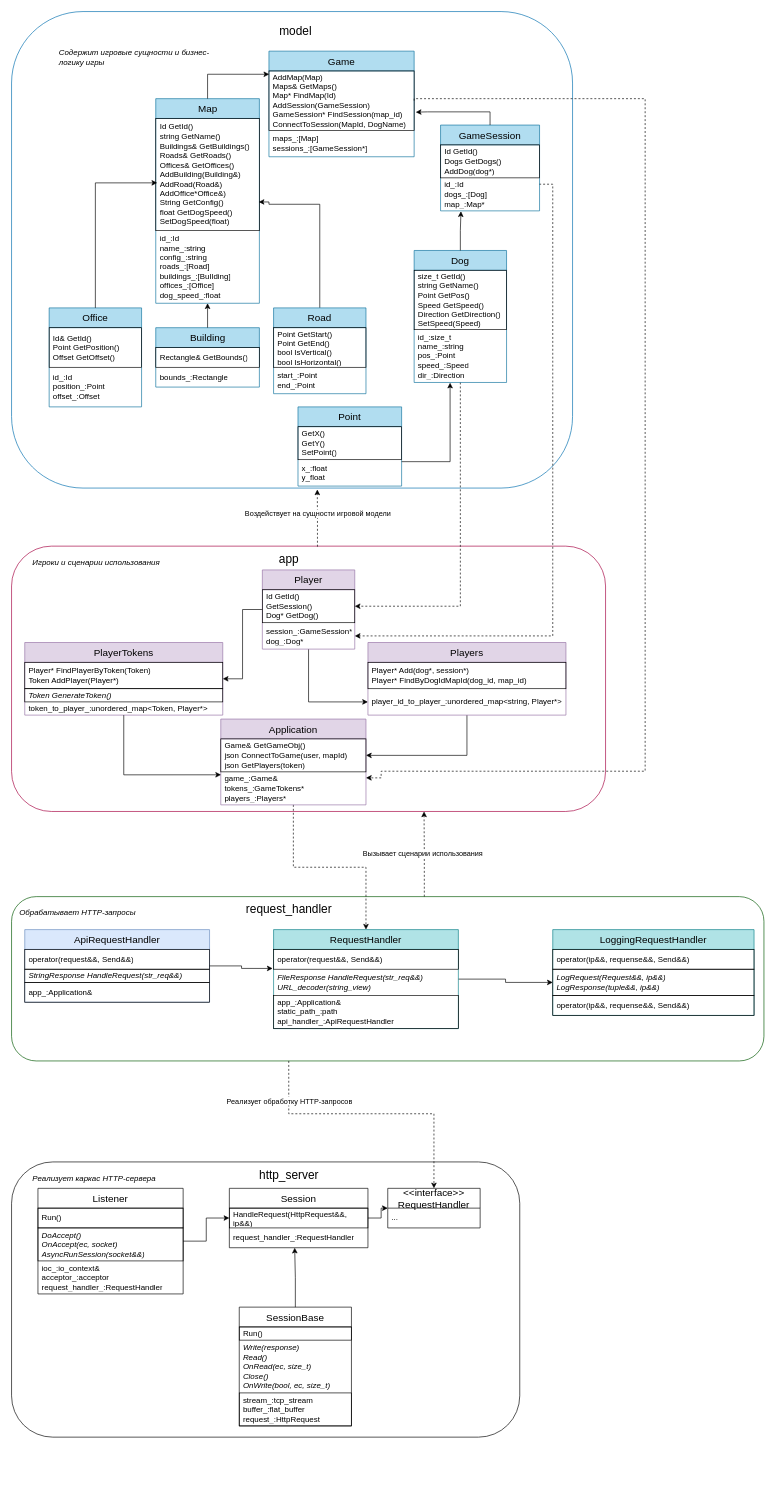
Earlier version of the draw.io diagram myGame.drawio (Lest152/useful_code). Source tidied: cells renumbered, new cells numbered last; positions are measured from the earlier drawing's top-left corner, leaving out a move shared by most shapes. Both pictures are drawn from the tidied source at 66%, with x=0, y=0 at pixel (11, 11).
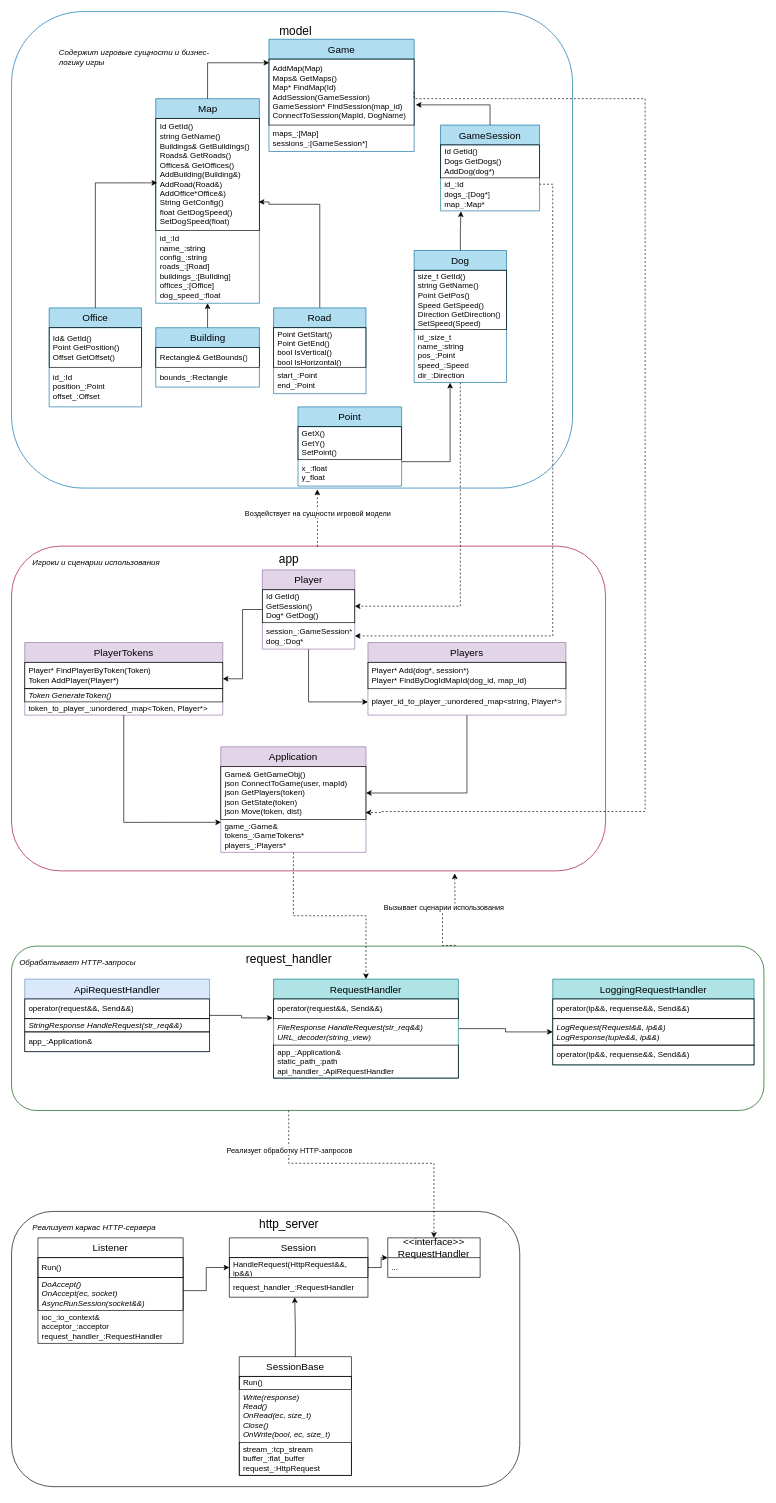
The same diagram, later.

Unchanged cells that the change refers to:
```xml
<mxCell id="11" value="&lt;font style=&quot;font-size: 15px;&quot;&gt;GameSession&lt;/font&gt;" style="swimlane;fontStyle=0;horizontal=1;startSize=30;whiteSpace=wrap;html=1;fillColor=#b1ddf0;strokeColor=#10739e;" parent="1" vertex="1">
  <mxGeometry x="650" y="172" width="150" height="130" as="geometry" />
</mxCell>
```

The edit, as a diff of the source:
```diff
@@
     <mxCell id="2" style="rounded=1;whiteSpace=wrap;html=1;fillColor=none;fontColor=#ffffff;strokeColor=#A50040;" parent="1" vertex="1">
-      <mxGeometry y="810" width="900" height="402" as="geometry" />
+      <mxGeometry y="810" width="900" height="492" as="geometry" />
     </mxCell>
@@
     <mxCell id="4" value="&lt;font style=&quot;font-size: 15px;&quot;&gt;Game&lt;/font&gt;" style="swimlane;fontStyle=0;horizontal=1;startSize=30;whiteSpace=wrap;html=1;fillColor=#b1ddf0;strokeColor=#10739e;" parent="1" vertex="1">
-      <mxGeometry x="390" y="60" width="220" height="160" as="geometry" />
+      <mxGeometry x="390" y="42" width="220" height="170" as="geometry" />
     </mxCell>
     <mxCell id="5" value="AddMap(Map)&lt;br&gt;Maps&amp;amp; GetMaps()&lt;br&gt;Map* FindMap(Id)&lt;br&gt;AddSession(GameSession)&lt;br&gt;GameSession* FindSession(map_id)&lt;br&gt;ConnectToSession(MapId, DogName)" style="text;strokeColor=default;fillColor=none;align=left;verticalAlign=middle;spacingLeft=4;spacingRight=4;overflow=hidden;points=[[0,0.5],[1,0.5]];portConstraint=eastwest;whiteSpace=wrap;html=1;shadow=0;" parent="4" vertex="1">
-      <mxGeometry y="30" width="220" height="90" as="geometry" />
+      <mxGeometry y="30" width="220" height="100" as="geometry" />
     </mxCell>
     <mxCell id="6" value="maps_:[Map]&lt;br&gt;&lt;span&gt;sessions_:[GameSession*]&lt;br&gt;&lt;/span&gt;" style="text;strokeColor=none;fillColor=none;align=left;verticalAlign=middle;spacingLeft=4;spacingRight=4;overflow=hidden;whiteSpace=wrap;html=1;fontStyle=0;" parent="4" vertex="1">
-      <mxGeometry y="120" width="220" height="40" as="geometry" />
+      <mxGeometry y="130" width="220" height="40" as="geometry" />
     </mxCell>
@@
-    <mxCell id="13" value="&lt;span&gt;id_:Id&lt;br&gt;dogs_:[Dog]&lt;br&gt;map_:Map*&lt;/span&gt;" style="text;strokeColor=none;fillColor=none;align=left;verticalAlign=middle;spacingLeft=4;spacingRight=4;overflow=hidden;points=[[0,0.5],[1,0.5]];portConstraint=eastwest;whiteSpace=wrap;html=1;fontStyle=0;" parent="11" vertex="1">
+    <mxCell id="13" value="&lt;span&gt;id_:Id&lt;br&gt;dogs_:[Dog*]&lt;br&gt;map_:Map*&lt;/span&gt;" style="text;strokeColor=none;fillColor=none;align=left;verticalAlign=middle;spacingLeft=4;spacingRight=4;overflow=hidden;points=[[0,0.5],[1,0.5]];portConstraint=eastwest;whiteSpace=wrap;html=1;fontStyle=0;" parent="11" vertex="1">
       <mxGeometry y="80" width="150" height="50" as="geometry" />
     </mxCell>
@@
     <mxCell id="29" style="rounded=1;whiteSpace=wrap;html=1;fillColor=none;fontColor=#ffffff;strokeColor=#005700;" parent="1" vertex="1">
-      <mxGeometry y="1341" width="1140" height="249" as="geometry" />
+      <mxGeometry y="1416" width="1140" height="249" as="geometry" />
     </mxCell>
     <mxCell id="30" style="edgeStyle=orthogonalEdgeStyle;rounded=0;jettySize=auto;html=1;dashed=1;entryX=0.5;entryY=0;entryDx=0;entryDy=0;" parent="1" edge="1" target="55">
       <mxGeometry relative="1" as="geometry">
-        <mxPoint x="420" y="1590" as="sourcePoint" />
+        <mxPoint x="420" y="1665" as="sourcePoint" />
         <Array as="points">
-          <mxPoint x="420" y="1670" />
-          <mxPoint x="640" y="1670" />
+          <mxPoint x="420" y="1745" />
+          <mxPoint x="640" y="1745" />
         </Array>
       </mxGeometry>
     </mxCell>
@@
     <mxCell id="33" value="&lt;span style=&quot;font-size: 15px;&quot;&gt;RequestHandler&lt;/span&gt;" style="swimlane;fontStyle=0;horizontal=1;startSize=30;whiteSpace=wrap;html=1;fillColor=#b0e3e6;strokeColor=#0e8088;" parent="1" vertex="1">
-      <mxGeometry x="397" y="1391" width="280" height="150" as="geometry" />
+      <mxGeometry x="397" y="1466" width="280" height="150" as="geometry" />
     </mxCell>
@@
     <mxCell id="37" style="edgeStyle=orthogonalEdgeStyle;rounded=0;orthogonalLoop=1;jettySize=auto;html=1;exitX=0.5;exitY=1;exitDx=0;exitDy=0;" parent="1" edge="1">
       <mxGeometry relative="1" as="geometry">
-        <mxPoint x="420" y="1643" as="sourcePoint" />
-        <mxPoint x="420" y="1643" as="targetPoint" />
+        <mxPoint x="420" y="1718" as="sourcePoint" />
+        <mxPoint x="420" y="1718" as="targetPoint" />
       </mxGeometry>
     </mxCell>
-    <mxCell id="38" style="edgeStyle=orthogonalEdgeStyle;rounded=0;orthogonalLoop=1;jettySize=auto;html=1;entryX=0.466;entryY=1;entryDx=0;entryDy=0;dashed=1;entryPerimeter=0;" parent="1" edge="1">
+    <mxCell id="38" style="edgeStyle=orthogonalEdgeStyle;rounded=0;orthogonalLoop=1;jettySize=auto;html=1;dashed=1;exitX=0.55;exitY=-0.005;exitDx=0;exitDy=0;exitPerimeter=0;entryX=0.695;entryY=1.008;entryDx=0;entryDy=0;entryPerimeter=0;" parent="1" edge="1">
       <mxGeometry relative="1" as="geometry">
-        <mxPoint x="625.4" y="1341" as="sourcePoint" />
-        <mxPoint x="625" y="1212" as="targetPoint" />
-        <Array as="points">
-          <mxPoint x="625.6" y="1277" />
-        </Array>
+        <mxPoint x="673" y="1414.8" as="sourcePoint" />
+        <mxPoint x="671.5" y="1305.9" as="targetPoint" />
       </mxGeometry>
     </mxCell>
@@
     <mxCell id="40" value="&lt;span style=&quot;font-size: 18px;&quot;&gt;request_handler&lt;/span&gt;" style="text;html=1;align=center;verticalAlign=middle;strokeColor=none;fillColor=none;" parent="1" vertex="1">
-      <mxGeometry x="345" y="1341" width="150" height="40" as="geometry" />
+      <mxGeometry x="345" y="1416" width="150" height="40" as="geometry" />
     </mxCell>
     <mxCell id="41" value="Обрабатывает HTTP-запросы" style="text;html=1;align=left;verticalAlign=middle;strokeColor=none;fillColor=none;fontStyle=2;" parent="1" vertex="1">
-      <mxGeometry x="10" y="1351" width="200" height="30" as="geometry" />
+      <mxGeometry x="10" y="1426" width="200" height="30" as="geometry" />
     </mxCell>
     <mxCell id="42" style="rounded=1;whiteSpace=wrap;html=1;gradientColor=default;fillColor=none;" parent="1" vertex="1">
-      <mxGeometry y="1743" width="770" height="417" as="geometry" />
+      <mxGeometry y="1818" width="770" height="417" as="geometry" />
     </mxCell>
@@
     <mxCell id="44" value="&lt;span style=&quot;font-size: 15px;&quot;&gt;Session&lt;/span&gt;" style="swimlane;fontStyle=0;horizontal=1;startSize=30;whiteSpace=wrap;html=1;" parent="1" vertex="1">
-      <mxGeometry x="330" y="1783" width="210" height="90" as="geometry" />
+      <mxGeometry x="330" y="1858" width="210" height="90" as="geometry" />
     </mxCell>
@@
     <mxCell id="48" value="&lt;span style=&quot;font-size: 18px;&quot;&gt;http_server&lt;/span&gt;" style="text;html=1;align=center;verticalAlign=middle;strokeColor=none;fillColor=none;" parent="1" vertex="1">
-      <mxGeometry x="365" y="1743" width="110" height="40" as="geometry" />
+      <mxGeometry x="365" y="1818" width="110" height="40" as="geometry" />
     </mxCell>
     <mxCell id="49" value="Реализует каркас HTTP-сервера" style="text;html=1;align=left;verticalAlign=middle;strokeColor=none;fillColor=none;fontStyle=2;" parent="1" vertex="1">
-      <mxGeometry x="30" y="1753" width="210" height="30" as="geometry" />
+      <mxGeometry x="30" y="1828" width="210" height="30" as="geometry" />
     </mxCell>
@@
     <mxCell id="51" value="&lt;span style=&quot;font-size: 15px;&quot;&gt;Listener&lt;/span&gt;" style="swimlane;fontStyle=0;horizontal=1;startSize=30;whiteSpace=wrap;html=1;" parent="1" vertex="1">
-      <mxGeometry x="40" y="1783" width="220" height="160" as="geometry" />
+      <mxGeometry x="40" y="1858" width="220" height="160" as="geometry" />
     </mxCell>
@@
     <mxCell id="55" value="&lt;span style=&quot;font-size: 15px;&quot;&gt;&amp;lt;&amp;lt;interface&amp;gt;&amp;gt;&lt;br&gt;RequestHandler&lt;br&gt;&lt;/span&gt;" style="swimlane;fontStyle=0;horizontal=1;startSize=30;whiteSpace=wrap;html=1;" parent="1" vertex="1">
-      <mxGeometry x="570" y="1783" width="140" height="60" as="geometry" />
+      <mxGeometry x="570" y="1858" width="140" height="60" as="geometry" />
     </mxCell>
@@
     <mxCell id="73" value="&lt;span style=&quot;font-size: 15px;&quot;&gt;LoggingRequestHandler&lt;/span&gt;" style="swimlane;fontStyle=0;horizontal=1;startSize=30;whiteSpace=wrap;html=1;fillColor=#b0e3e6;strokeColor=#0e8088;" parent="1" vertex="1">
-      <mxGeometry x="820" y="1391" width="305" height="130" as="geometry" />
+      <mxGeometry x="820" y="1466" width="305" height="130" as="geometry" />
     </mxCell>
@@
     <mxCell id="77" value="&lt;span style=&quot;font-size: 15px;&quot;&gt;SessionBase&lt;/span&gt;" style="swimlane;fontStyle=0;horizontal=1;startSize=30;whiteSpace=wrap;html=1;" parent="1" vertex="1">
-      <mxGeometry x="345" y="1963" width="170" height="180" as="geometry" />
+      <mxGeometry x="345" y="2038" width="170" height="180" as="geometry" />
     </mxCell>
@@
     <mxCell id="81" style="edgeStyle=orthogonalEdgeStyle;rounded=0;jettySize=auto;html=1;" parent="1" edge="1" source="77">
       <mxGeometry relative="1" as="geometry">
-        <mxPoint x="429" y="1873" as="targetPoint" />
+        <mxPoint x="429" y="1948" as="targetPoint" />
       </mxGeometry>
     </mxCell>
@@
     <mxCell id="90" value="&lt;span style=&quot;font-size: 15px;&quot;&gt;ApiRequestHandler&lt;/span&gt;" style="swimlane;fontStyle=0;horizontal=1;startSize=30;whiteSpace=wrap;html=1;fillColor=#dae8fc;strokeColor=#6c8ebf;" parent="1" vertex="1">
-      <mxGeometry x="20" y="1391" width="280" height="110" as="geometry" />
+      <mxGeometry x="20" y="1466" width="280" height="110" as="geometry" />
     </mxCell>
@@
     <mxCell id="96" value="&lt;span style=&quot;font-size: 15px;&quot;&gt;Application&lt;/span&gt;" style="swimlane;fontStyle=0;horizontal=1;startSize=30;whiteSpace=wrap;html=1;fillColor=#e1d5e7;strokeColor=#9673a6;" parent="1" vertex="1">
-      <mxGeometry x="317" y="1072" width="220" height="130" as="geometry" />
+      <mxGeometry x="317" y="1114" width="220" height="160" as="geometry" />
     </mxCell>
-    <mxCell id="97" value="Game&amp;amp; GetGameObj()&lt;br&gt;json ConnectToGame(user, mapId)&lt;br&gt;json GetPlayers(token)" style="text;strokeColor=default;fillColor=none;align=left;verticalAlign=middle;spacingLeft=4;spacingRight=4;overflow=hidden;points=[[0,0.5],[1,0.5]];portConstraint=eastwest;whiteSpace=wrap;html=1;" parent="96" vertex="1">
-      <mxGeometry y="30" width="220" height="50" as="geometry" />
+    <mxCell id="97" value="Game&amp;amp; GetGameObj()&lt;br&gt;json ConnectToGame(user, mapId)&lt;br&gt;json GetPlayers(token)&lt;br&gt;json GetState(token)&lt;br&gt;json Move(token, dist)" style="text;strokeColor=default;fillColor=none;align=left;verticalAlign=middle;spacingLeft=4;spacingRight=4;overflow=hidden;points=[[0,0.5],[1,0.5]];portConstraint=eastwest;whiteSpace=wrap;html=1;" parent="96" vertex="1">
+      <mxGeometry y="30" width="220" height="80" as="geometry" />
     </mxCell>
     <mxCell id="98" value="game_:Game&amp;amp;&lt;br&gt;tokens_:GameTokens*&lt;br&gt;players_:Players*" style="text;strokeColor=none;fillColor=none;align=left;verticalAlign=middle;spacingLeft=4;spacingRight=4;overflow=hidden;points=[[0,0.5],[1,0.5]];portConstraint=eastwest;whiteSpace=wrap;html=1;" parent="96" vertex="1">
-      <mxGeometry y="80" width="220" height="50" as="geometry" />
+      <mxGeometry y="110" width="220" height="50" as="geometry" />
     </mxCell>
-    <mxCell id="99" style="edgeStyle=orthogonalEdgeStyle;rounded=0;jettySize=auto;html=1;entryX=1;entryY=0.181;entryDx=0;entryDy=0;entryPerimeter=0;exitX=1;exitY=0.5;exitDx=0;exitDy=0;dashed=1;" parent="1" edge="1" source="5" target="98">
+    <mxCell id="99" style="edgeStyle=orthogonalEdgeStyle;rounded=0;jettySize=auto;html=1;exitX=1;exitY=0.5;exitDx=0;exitDy=0;dashed=1;entryX=0.997;entryY=0.87;entryDx=0;entryDy=0;entryPerimeter=0;" parent="1" edge="1" source="5" target="97">
       <mxGeometry relative="1" as="geometry">
         <Array as="points">
           <mxPoint x="610" y="132" />
           <mxPoint x="960" y="132" />
-          <mxPoint x="960" y="1151" />
-          <mxPoint x="560" y="1151" />
-          <mxPoint x="560" y="1161" />
+          <mxPoint x="960" y="1212" />
+          <mxPoint x="560" y="1212" />
+          <mxPoint x="560" y="1214" />
         </Array>
       </mxGeometry>
     </mxCell>
```
